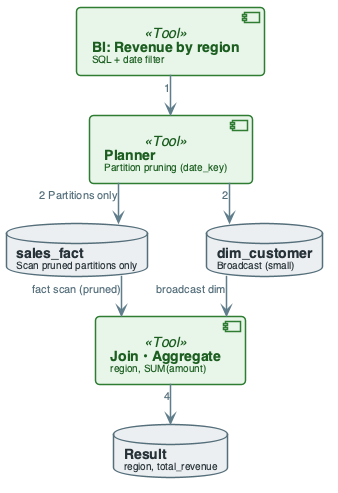
OrPerets/data-engineering-course keeps this PlantUML diagram as diagrams/week05/week5_practice_slide18_star_query_flow.png. Above is the earlier version. Its diagram source:
```plantuml
@startuml

top to bottom direction
skinparam linetype ortho
skinparam shadowing false
skinparam roundcorner 8
skinparam handwritten false
skinparam nodesep 60
skinparam ranksep 40

skinparam defaultFontName "Segoe UI, Helvetica, sans-serif"
skinparam defaultFontSize 16
skinparam defaultFontColor #2C3E50

skinparam rectangle {
    BackgroundColor #F8F9FA
    BorderColor #90A4AE
    BorderThickness 2
    FontColor #263238
    FontSize 14
    FontStyle bold
    Padding 20
}

skinparam component {
    BackgroundColor #FFFFFF
    BorderColor #78909C
    BorderThickness 1.5
    FontSize 14
    Padding 12
}

skinparam database {
    BackgroundColor #ECEFF1
    BorderColor #546E7A
    BorderThickness 1.5
    FontSize 14
    FontColor #263238
}

skinparam arrow {
    Color #607D8B
    Thickness 1.5
    FontSize 11
    FontColor #546E7A
}

skinparam component<<UI>> {
    BorderColor #8E24AA
    BackgroundColor #F3E5F5
    FontColor #4A148C
}

skinparam component<<Agent>> {
    BorderColor #0288D1
    BackgroundColor #E1F5FE
    FontColor #01579B
}

skinparam component<<Tool>> {
    BorderColor #2E7D32
    BackgroundColor #E8F5E9
    FontColor #1B5E20
}

skinparam component<<Config>> {
    BorderColor #F57C00
    BackgroundColor #FFF3E0
    FontColor #E65100
}

skinparam component<<Bad>> {
    BorderColor #C62828
    BackgroundColor #FFEBEE
    FontColor #B71C1C
}

skinparam component<<V1>> {
    BorderColor #F57C00
    BackgroundColor #FFF3E0
    FontColor #E65100
}

skinparam component<<V2>> {
    BorderColor #2E7D32
    BackgroundColor #E8F5E9
    FontColor #1B5E20
}

skinparam component<<up>> {
    BackgroundColor #E8F5E9
    BorderColor #2E7D32
}

skinparam component<<down>> {
    BackgroundColor #FFEBEE
    BorderColor #C62828
}

skinparam database<<up>> {
    BackgroundColor #E8F5E9
    BorderColor #2E7D32
}

skinparam database<<down>> {
    BackgroundColor #FFEBEE
    BorderColor #C62828
}

skinparam component<<success>> {
    BackgroundColor #E8F5E9
    BorderColor #2E7D32
}

skinparam component<<failure>> {
    BackgroundColor #FFEBEE
    BorderColor #C62828
}


component "**BI: Revenue by region**\n<size:10>SQL + date filter</size>" as BI <<Tool>>

component "**Planner**\n<size:10>Partition pruning (date_key)</size>" as PLAN <<Tool>>

database "**sales_fact**\n<size:10>Scan pruned partitions only</size>" as FACT

database "**dim_customer**\n<size:10>Broadcast (small)</size>" as DIM

component "**Join • Aggregate**\n<size:10>region, SUM(amount)</size>" as AGG <<Tool>>

database "**Result**\n<size:10>region, total_revenue</size>" as RESULT

BI --> PLAN : "1"
PLAN --> FACT : "2 Partitions only"
PLAN --> DIM : "2"
FACT --> AGG : "fact scan (pruned)"
DIM --> AGG : "broadcast dim"
AGG --> RESULT : "4"

@enduml
```
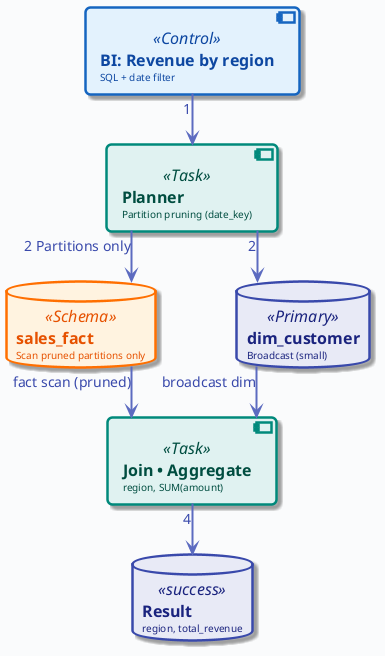
After the commit.

What changed in the source:
```diff
@@ -1,134 +1,20 @@
 @startuml
 
+!include ../_template_styles.puml
+
 top to bottom direction
-skinparam linetype ortho
-skinparam shadowing false
-skinparam roundcorner 8
-skinparam handwritten false
-skinparam nodesep 60
-skinparam ranksep 40
 
-skinparam defaultFontName "Segoe UI, Helvetica, sans-serif"
-skinparam defaultFontSize 16
-skinparam defaultFontColor #2C3E50
+component "**BI: Revenue by region**\n<size:10>SQL + date filter</size>" as BI <<Control>>
 
-skinparam rectangle {
-    BackgroundColor #F8F9FA
-    BorderColor #90A4AE
-    BorderThickness 2
-    FontColor #263238
-    FontSize 14
-    FontStyle bold
-    Padding 20
-}
+component "**Planner**\n<size:10>Partition pruning (date_key)</size>" as PLAN <<Task>>
 
-skinparam component {
-    BackgroundColor #FFFFFF
-    BorderColor #78909C
-    BorderThickness 1.5
-    FontSize 14
-    Padding 12
-}
+database "**sales_fact**\n<size:10>Scan pruned partitions only</size>" as FACT <<Schema>>
 
-skinparam database {
-    BackgroundColor #ECEFF1
-    BorderColor #546E7A
-    BorderThickness 1.5
-    FontSize 14
-    FontColor #263238
-}
+database "**dim_customer**\n<size:10>Broadcast (small)</size>" as DIM <<Primary>>
 
-skinparam arrow {
-    Color #607D8B
-    Thickness 1.5
-    FontSize 11
-    FontColor #546E7A
-}
+component "**Join • Aggregate**\n<size:10>region, SUM(amount)</size>" as AGG <<Task>>
 
-skinparam component<<UI>> {
-    BorderColor #8E24AA
-    BackgroundColor #F3E5F5
-    FontColor #4A148C
-}
-
-skinparam component<<Agent>> {
-    BorderColor #0288D1
-    BackgroundColor #E1F5FE
-    FontColor #01579B
-}
-
-skinparam component<<Tool>> {
-    BorderColor #2E7D32
-    BackgroundColor #E8F5E9
-    FontColor #1B5E20
-}
-
-skinparam component<<Config>> {
-    BorderColor #F57C00
-    BackgroundColor #FFF3E0
-    FontColor #E65100
-}
-
-skinparam component<<Bad>> {
-    BorderColor #C62828
-    BackgroundColor #FFEBEE
-    FontColor #B71C1C
-}
-
-skinparam component<<V1>> {
-    BorderColor #F57C00
-    BackgroundColor #FFF3E0
-    FontColor #E65100
-}
-
-skinparam component<<V2>> {
-    BorderColor #2E7D32
-    BackgroundColor #E8F5E9
-    FontColor #1B5E20
-}
-
-skinparam component<<up>> {
-    BackgroundColor #E8F5E9
-    BorderColor #2E7D32
-}
-
-skinparam component<<down>> {
-    BackgroundColor #FFEBEE
-    BorderColor #C62828
-}
-
-skinparam database<<up>> {
-    BackgroundColor #E8F5E9
-    BorderColor #2E7D32
-}
-
-skinparam database<<down>> {
-    BackgroundColor #FFEBEE
-    BorderColor #C62828
-}
-
-skinparam component<<success>> {
-    BackgroundColor #E8F5E9
-    BorderColor #2E7D32
-}
-
-skinparam component<<failure>> {
-    BackgroundColor #FFEBEE
-    BorderColor #C62828
-}
-
-
-component "**BI: Revenue by region**\n<size:10>SQL + date filter</size>" as BI <<Tool>>
-
-component "**Planner**\n<size:10>Partition pruning (date_key)</size>" as PLAN <<Tool>>
-
-database "**sales_fact**\n<size:10>Scan pruned partitions only</size>" as FACT
-
-database "**dim_customer**\n<size:10>Broadcast (small)</size>" as DIM
-
-component "**Join • Aggregate**\n<size:10>region, SUM(amount)</size>" as AGG <<Tool>>
-
-database "**Result**\n<size:10>region, total_revenue</size>" as RESULT
+database "**Result**\n<size:10>region, total_revenue</size>" as RESULT <<success>>
 
 BI --> PLAN : "1"
 PLAN --> FACT : "2 Partitions only"
```
